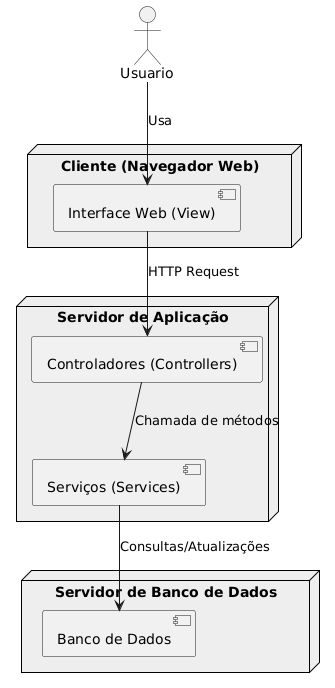
Before: project/img/deploy.png, a diagram exported from PlantUML (hegdt/lds-3). Source of this version:
```plantuml
@startuml
skinparam node {
  BackgroundColor #EEEEEE
  BorderColor Black
}

actor Usuario

node "Cliente (Navegador Web)" {
  [Interface Web (View)]
}

node "Servidor de Aplicação" {
  [Controladores (Controllers)]
  [Serviços (Services)]
}

node "Servidor de Banco de Dados" {
  [Banco de Dados]
}

Usuario --> [Interface Web (View)] : Usa

[Interface Web (View)] --> [Controladores (Controllers)] : HTTP Request
[Controladores (Controllers)] --> [Serviços (Services)] : Chamada de métodos
[Serviços (Services)] --> [Banco de Dados] : Consultas/Atualizações
@enduml
```
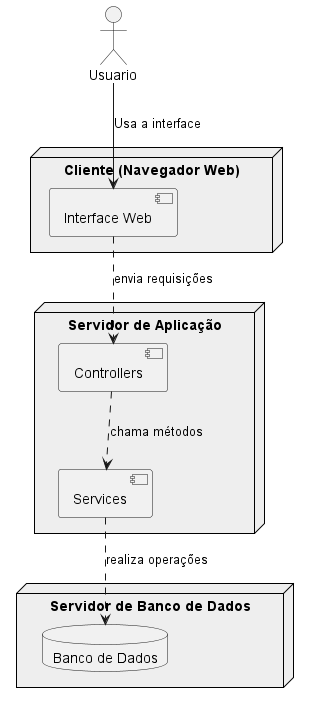
Later version of the same file.

What changed in the source:
```diff
@@ -7,21 +7,22 @@
 actor Usuario
 
 node "Cliente (Navegador Web)" {
-  [Interface Web (View)]
+  component "Interface Web" as WebUI
 }
 
 node "Servidor de Aplicação" {
-  [Controladores (Controllers)]
-  [Serviços (Services)]
+  component "Controllers" as AppController
+  component "Services" as AppService
 }
 
 node "Servidor de Banco de Dados" {
-  [Banco de Dados]
+  database "Banco de Dados" as DB
 }
 
-Usuario --> [Interface Web (View)] : Usa
+Usuario --> WebUI : Usa a interface
 
-[Interface Web (View)] --> [Controladores (Controllers)] : HTTP Request
-[Controladores (Controllers)] --> [Serviços (Services)] : Chamada de métodos
-[Serviços (Services)] --> [Banco de Dados] : Consultas/Atualizações
+WebUI ..> AppController : envia requisições
+AppController ..> AppService : chama métodos
+AppService ..> DB : realiza operações
+
 @enduml
```
